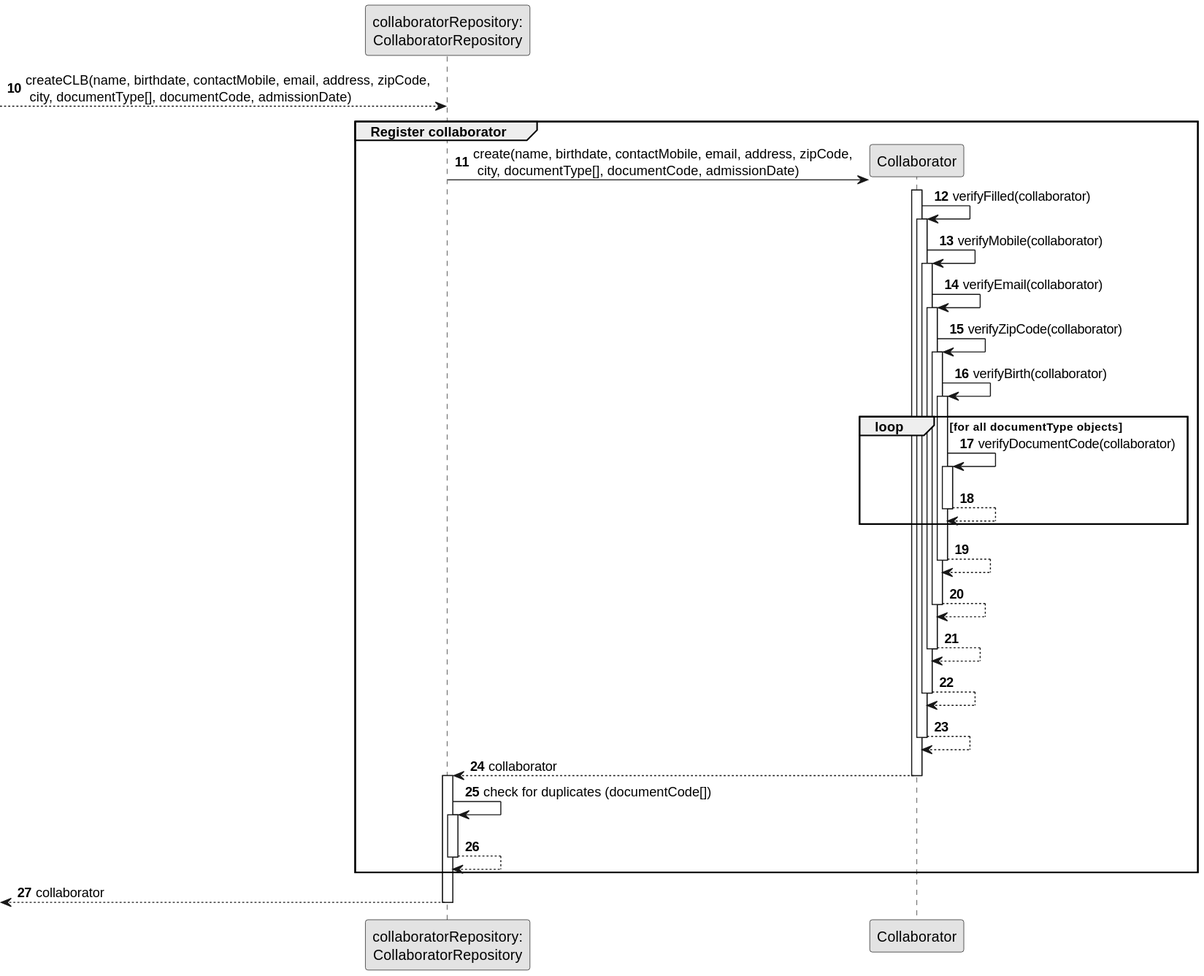
Earlier version of the PlantUML export docs/sprintB/us003/03.design/svg/us003-sequence-diagram-partial-register-collab.svg (ricardomm7/leaflink).
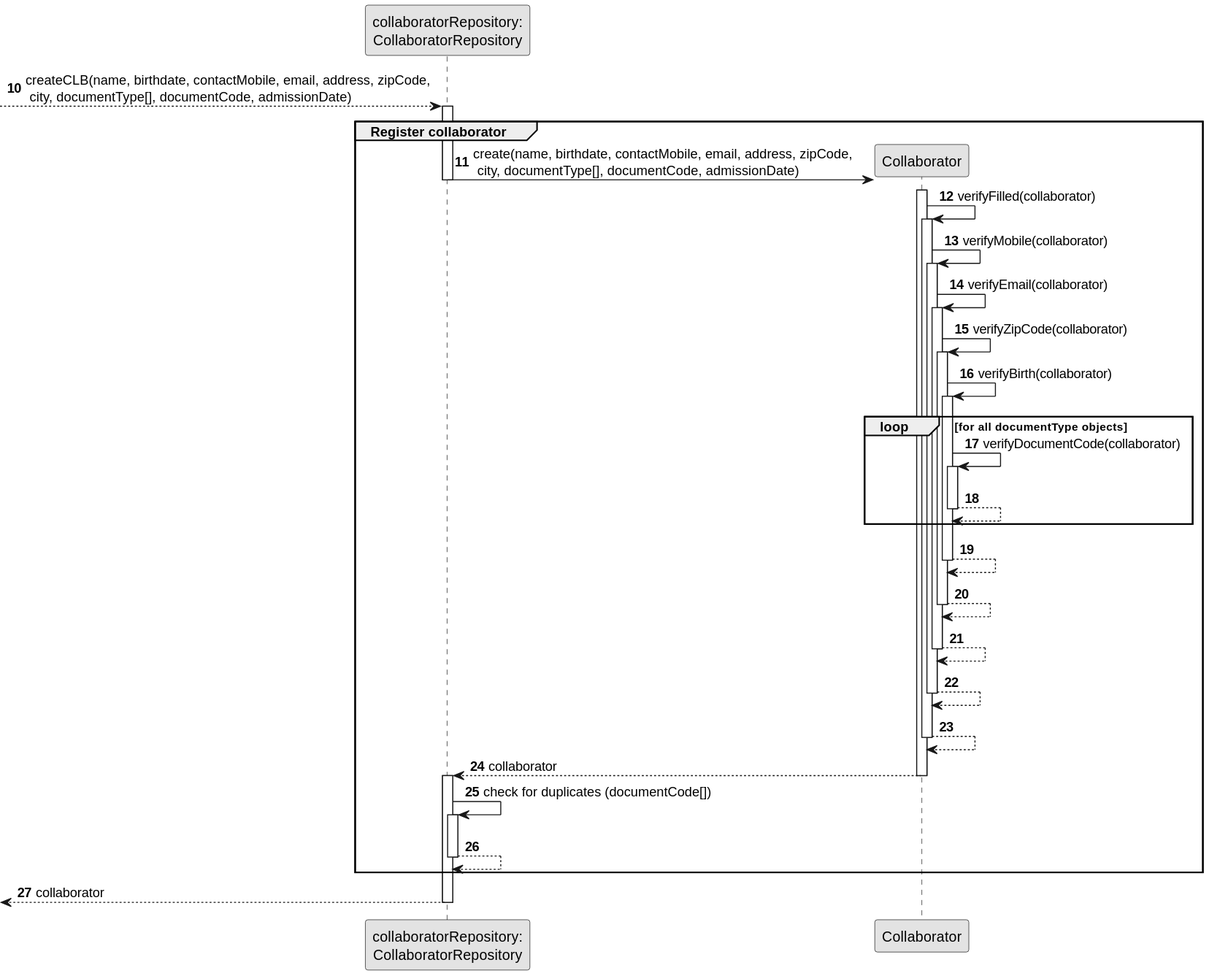
Later version of the same file.

What changed in the source:
```diff
@@ -8,11 +8,10 @@
 
 autonumber 10
 --> CLBREP: createCLB(name, birthdate, contactMobile, email, address, zipCode,\n city, documentType[], documentCode, admissionDate)
+activate CLBREP
     group Register collaborator
     CLBREP->CLB** : create(name, birthdate, contactMobile, email, address, zipCode,\n city, documentType[], documentCode, admissionDate)
-
-
-
+deactivate CLBREP
 
         activate CLB
         CLB -> CLB : verifyFilled(collaborator)
```
